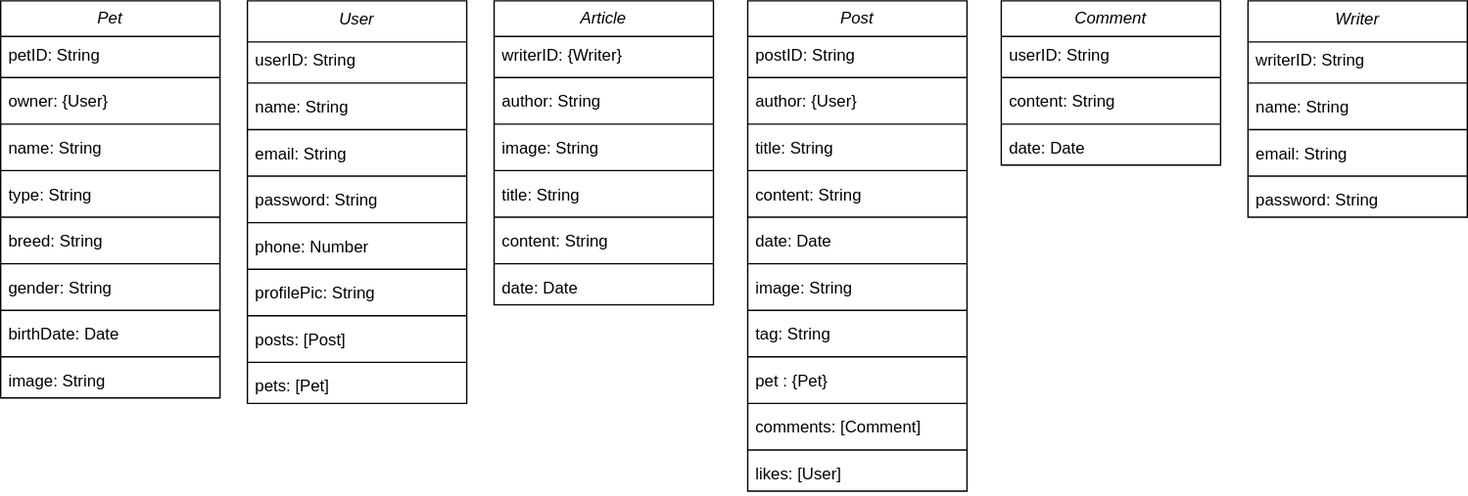
Before: ER Diagram.svg, a diagram exported from draw.io (AhmadTripleA/SE-Diagrams). Source tidied: cells renumbered, new cells last; positions are measured from the earlier drawing's top-left corner, leaving out a move shared by most shapes.
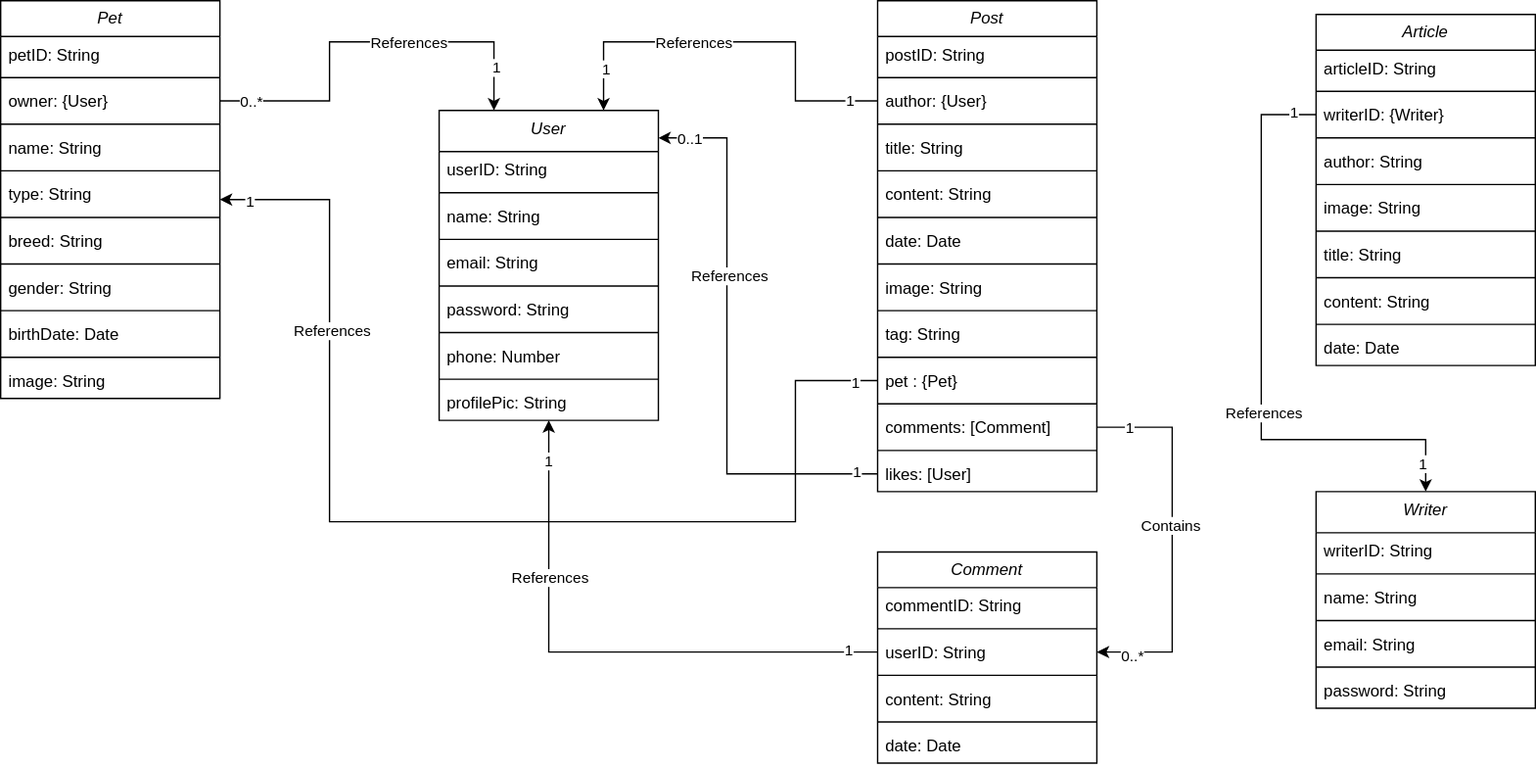
The same file after the commit.

What changed in the source:
```diff
@@ -2,11 +2,8 @@
   <root>
     <mxCell id="0" />
     <mxCell id="1" parent="0" />
-    <mxCell id="2" style="group;" parent="1" vertex="1">
-      <mxGeometry width="1070" height="358" as="geometry" />
-    </mxCell>
-    <mxCell id="3" value="&lt;i style=&quot;font-weight: normal;&quot;&gt;User&lt;/i&gt;" style="swimlane;fontStyle=1;align=center;verticalAlign=top;horizontal=1;startSize=30;whiteSpace=wrap;html=1;" parent="2" vertex="1">
-      <mxGeometry x="180" width="160" height="294" as="geometry" />
+    <mxCell id="3" value="&lt;i style=&quot;font-weight: normal;&quot;&gt;User&lt;/i&gt;" style="swimlane;fontStyle=1;align=center;verticalAlign=top;horizontal=1;startSize=30;whiteSpace=wrap;html=1;" parent="1" vertex="1">
+      <mxGeometry x="295" y="-19" width="160" height="226" as="geometry" />
     </mxCell>
     <mxCell id="4" value="userID: String" style="text;strokeColor=none;fillColor=none;align=left;verticalAlign=top;spacingLeft=4;spacingRight=4;overflow=hidden;whiteSpace=wrap;html=1;" parent="3" vertex="1">
       <mxGeometry y="30" width="160" height="26" as="geometry" />
@@ -41,20 +38,8 @@
     <mxCell id="14" value="profilePic: String" style="text;strokeColor=none;fillColor=none;align=left;verticalAlign=top;spacingLeft=4;spacingRight=4;overflow=hidden;whiteSpace=wrap;html=1;" parent="3" vertex="1">
       <mxGeometry y="200" width="160" height="26" as="geometry" />
     </mxCell>
-    <mxCell id="15" style="line;strokeWidth=1;fillColor=none;align=left;verticalAlign=middle;spacingTop=-1;spacingLeft=3;spacingRight=3;labelPosition=right;strokeColor=inherit;" parent="3" vertex="1">
-      <mxGeometry y="226" width="160" height="8" as="geometry" />
-    </mxCell>
-    <mxCell id="16" value="posts: [Post]" style="text;strokeColor=none;fillColor=none;align=left;verticalAlign=top;spacingLeft=4;spacingRight=4;overflow=hidden;whiteSpace=wrap;html=1;" parent="3" vertex="1">
-      <mxGeometry y="234" width="160" height="26" as="geometry" />
-    </mxCell>
-    <mxCell id="17" style="line;strokeWidth=1;fillColor=none;align=left;verticalAlign=middle;spacingTop=-1;spacingLeft=3;spacingRight=3;labelPosition=right;strokeColor=inherit;" parent="3" vertex="1">
-      <mxGeometry y="260" width="160" height="8" as="geometry" />
-    </mxCell>
-    <mxCell id="18" value="pets: [Pet]" style="text;strokeColor=none;fillColor=none;align=left;verticalAlign=top;spacingLeft=4;spacingRight=4;overflow=hidden;whiteSpace=wrap;html=1;" parent="3" vertex="1">
-      <mxGeometry y="268" width="160" height="26" as="geometry" />
-    </mxCell>
-    <mxCell id="19" value="&lt;i&gt;Post&lt;br&gt;&lt;/i&gt;" style="swimlane;fontStyle=0;horizontal=1;startSize=26;fillColor=none;whiteSpace=wrap;html=1;" parent="2" vertex="1">
-      <mxGeometry x="545" width="160" height="358" as="geometry" />
+    <mxCell id="19" value="&lt;i&gt;Post&lt;br&gt;&lt;/i&gt;" style="swimlane;fontStyle=0;horizontal=1;startSize=26;fillColor=none;whiteSpace=wrap;html=1;" parent="1" vertex="1">
+      <mxGeometry x="615" y="-99" width="160" height="358" as="geometry" />
     </mxCell>
     <mxCell id="20" value="postID: String" style="text;align=left;verticalAlign=top;spacingLeft=4;spacingRight=4;overflow=hidden;whiteSpace=wrap;html=1;rounded=0;" parent="19" vertex="1">
       <mxGeometry y="26" width="160" height="26" as="geometry" />
@@ -113,8 +98,8 @@
     <mxCell id="38" value="likes: [User]" style="text;strokeColor=none;fillColor=none;align=left;verticalAlign=top;spacingLeft=4;spacingRight=4;overflow=hidden;points=[[0,0.5],[1,0.5]];portConstraint=eastwest;whiteSpace=wrap;html=1;" parent="19" vertex="1">
       <mxGeometry y="332" width="160" height="26" as="geometry" />
     </mxCell>
-    <mxCell id="39" value="&lt;i&gt;Pet&lt;/i&gt;" style="swimlane;fontStyle=0;horizontal=1;startSize=26;fillColor=none;whiteSpace=wrap;html=1;" parent="2" vertex="1">
-      <mxGeometry width="160" height="290" as="geometry" />
+    <mxCell id="39" value="&lt;i&gt;Pet&lt;/i&gt;" style="swimlane;fontStyle=0;horizontal=1;startSize=26;fillColor=none;whiteSpace=wrap;html=1;" parent="1" vertex="1">
+      <mxGeometry x="-25" y="-99" width="160" height="290" as="geometry" />
     </mxCell>
     <mxCell id="40" value="petID: String" style="text;strokeColor=none;fillColor=none;align=left;verticalAlign=top;spacingLeft=4;spacingRight=4;overflow=hidden;whiteSpace=wrap;html=1;" parent="39" vertex="1">
       <mxGeometry y="26" width="160" height="26" as="geometry" />
@@ -161,8 +146,8 @@
     <mxCell id="54" value="image: String" style="text;strokeColor=none;fillColor=none;align=left;verticalAlign=top;spacingLeft=4;spacingRight=4;overflow=hidden;whiteSpace=wrap;html=1;" parent="39" vertex="1">
       <mxGeometry y="264" width="160" height="26" as="geometry" />
     </mxCell>
-    <mxCell id="55" value="&lt;i style=&quot;font-weight: normal;&quot;&gt;Writer&lt;br&gt;&lt;/i&gt;" style="swimlane;fontStyle=1;align=center;verticalAlign=top;horizontal=1;startSize=30;whiteSpace=wrap;html=1;" parent="2" vertex="1">
-      <mxGeometry x="910" width="160" height="158" as="geometry" />
+    <mxCell id="55" value="&lt;i style=&quot;font-weight: normal;&quot;&gt;Writer&lt;br&gt;&lt;/i&gt;" style="swimlane;fontStyle=1;align=center;verticalAlign=top;horizontal=1;startSize=30;whiteSpace=wrap;html=1;" parent="1" vertex="1">
+      <mxGeometry x="935" y="259" width="160" height="158" as="geometry" />
     </mxCell>
     <mxCell id="56" value="writerID: String" style="text;strokeColor=none;fillColor=none;align=left;verticalAlign=top;spacingLeft=4;spacingRight=4;overflow=hidden;whiteSpace=wrap;html=1;" parent="55" vertex="1">
       <mxGeometry y="30" width="160" height="26" as="geometry" />
@@ -185,59 +170,206 @@
     <mxCell id="62" value="password: String" style="text;strokeColor=none;fillColor=none;align=left;verticalAlign=top;spacingLeft=4;spacingRight=4;overflow=hidden;whiteSpace=wrap;html=1;" parent="55" vertex="1">
       <mxGeometry y="132" width="160" height="26" as="geometry" />
     </mxCell>
-    <mxCell id="63" value="&lt;i&gt;Comment&lt;br&gt;&lt;/i&gt;" style="swimlane;fontStyle=0;horizontal=1;startSize=26;fillColor=none;whiteSpace=wrap;html=1;" parent="2" vertex="1">
-      <mxGeometry x="730" width="160" height="120" as="geometry" />
+    <mxCell id="63" value="&lt;i&gt;Comment&lt;br&gt;&lt;/i&gt;" style="swimlane;fontStyle=0;horizontal=1;startSize=26;fillColor=none;whiteSpace=wrap;html=1;" parent="1" vertex="1">
+      <mxGeometry x="615" y="303" width="160" height="154" as="geometry" />
     </mxCell>
+    <mxCell id="81" value="commentID: String" style="text;strokeColor=none;fillColor=none;align=left;verticalAlign=top;spacingLeft=4;spacingRight=4;overflow=hidden;whiteSpace=wrap;html=1;" parent="63" vertex="1">
+      <mxGeometry y="26" width="160" height="26" as="geometry" />
+    </mxCell>
+    <mxCell id="82" style="line;strokeWidth=1;fillColor=none;align=left;verticalAlign=middle;spacingTop=-1;spacingLeft=3;spacingRight=3;labelPosition=right;strokeColor=inherit;" parent="63" vertex="1">
+      <mxGeometry y="52" width="160" height="8" as="geometry" />
+    </mxCell>
     <mxCell id="64" value="userID: String" style="text;strokeColor=none;fillColor=none;align=left;verticalAlign=top;spacingLeft=4;spacingRight=4;overflow=hidden;points=[[0,0.5],[1,0.5]];portConstraint=eastwest;whiteSpace=wrap;html=1;" parent="63" vertex="1">
-      <mxGeometry y="26" width="160" height="26" as="geometry" />
+      <mxGeometry y="60" width="160" height="26" as="geometry" />
     </mxCell>
     <mxCell id="65" style="line;strokeWidth=1;fillColor=none;align=left;verticalAlign=middle;spacingTop=-1;spacingLeft=3;spacingRight=3;labelPosition=right;strokeColor=inherit;" parent="63" vertex="1">
-      <mxGeometry y="52" width="160" height="8" as="geometry" />
+      <mxGeometry y="86" width="160" height="8" as="geometry" />
     </mxCell>
     <mxCell id="66" value="content: String" style="text;strokeColor=none;fillColor=none;align=left;verticalAlign=top;spacingLeft=4;spacingRight=4;overflow=hidden;whiteSpace=wrap;html=1;" parent="63" vertex="1">
-      <mxGeometry y="60" width="160" height="26" as="geometry" />
+      <mxGeometry y="94" width="160" height="26" as="geometry" />
     </mxCell>
     <mxCell id="67" style="line;strokeWidth=1;fillColor=none;align=left;verticalAlign=middle;spacingTop=-1;spacingLeft=3;spacingRight=3;labelPosition=right;strokeColor=inherit;" parent="63" vertex="1">
-      <mxGeometry y="86" width="160" height="8" as="geometry" />
+      <mxGeometry y="120" width="160" height="8" as="geometry" />
     </mxCell>
     <mxCell id="68" value="date: Date" style="text;strokeColor=none;fillColor=none;align=left;verticalAlign=top;spacingLeft=4;spacingRight=4;overflow=hidden;whiteSpace=wrap;html=1;" parent="63" vertex="1">
-      <mxGeometry y="94" width="160" height="26" as="geometry" />
+      <mxGeometry y="128" width="160" height="26" as="geometry" />
     </mxCell>
-    <mxCell id="69" value="&lt;i&gt;Article&lt;br&gt;&lt;/i&gt;" style="swimlane;fontStyle=0;horizontal=1;startSize=26;fillColor=none;whiteSpace=wrap;html=1;" parent="2" vertex="1">
-      <mxGeometry x="360" width="160" height="222" as="geometry" />
+    <mxCell id="69" value="&lt;i&gt;Article&lt;br&gt;&lt;/i&gt;" style="swimlane;fontStyle=0;horizontal=1;startSize=26;fillColor=none;whiteSpace=wrap;html=1;" parent="1" vertex="1">
+      <mxGeometry x="935" y="-89" width="160" height="256" as="geometry" />
     </mxCell>
-    <mxCell id="70" value="writerID: {Writer}" style="text;strokeColor=none;fillColor=none;align=left;verticalAlign=top;spacingLeft=4;spacingRight=4;overflow=hidden;whiteSpace=wrap;html=1;" parent="69" vertex="1">
+    <mxCell id="70" value="articleID: String" style="text;strokeColor=none;fillColor=none;align=left;verticalAlign=top;spacingLeft=4;spacingRight=4;overflow=hidden;whiteSpace=wrap;html=1;" parent="69" vertex="1">
       <mxGeometry y="26" width="160" height="26" as="geometry" />
     </mxCell>
     <mxCell id="71" style="line;strokeWidth=1;fillColor=none;align=left;verticalAlign=middle;spacingTop=-1;spacingLeft=3;spacingRight=3;labelPosition=right;strokeColor=inherit;" parent="69" vertex="1">
       <mxGeometry y="52" width="160" height="8" as="geometry" />
     </mxCell>
+    <mxCell id="83" value="writerID: {Writer}" style="text;strokeColor=none;fillColor=none;align=left;verticalAlign=top;spacingLeft=4;spacingRight=4;overflow=hidden;points=[[0,0.5],[1,0.5]];portConstraint=eastwest;whiteSpace=wrap;html=1;" parent="69" vertex="1">
+      <mxGeometry y="60" width="160" height="26" as="geometry" />
+    </mxCell>
+    <mxCell id="84" style="line;strokeWidth=1;fillColor=none;align=left;verticalAlign=middle;spacingTop=-1;spacingLeft=3;spacingRight=3;labelPosition=right;strokeColor=inherit;" parent="69" vertex="1">
+      <mxGeometry y="86" width="160" height="8" as="geometry" />
+    </mxCell>
     <mxCell id="72" value="author: String" style="text;strokeColor=none;fillColor=none;align=left;verticalAlign=top;spacingLeft=4;spacingRight=4;overflow=hidden;whiteSpace=wrap;html=1;" parent="69" vertex="1">
-      <mxGeometry y="60" width="160" height="26" as="geometry" />
+      <mxGeometry y="94" width="160" height="26" as="geometry" />
     </mxCell>
     <mxCell id="73" style="line;strokeWidth=1;fillColor=none;align=left;verticalAlign=middle;spacingTop=-1;spacingLeft=3;spacingRight=3;labelPosition=right;strokeColor=inherit;" parent="69" vertex="1">
-      <mxGeometry y="86" width="160" height="8" as="geometry" />
+      <mxGeometry y="120" width="160" height="8" as="geometry" />
     </mxCell>
     <mxCell id="74" value="image: String" style="text;strokeColor=none;fillColor=none;align=left;verticalAlign=top;spacingLeft=4;spacingRight=4;overflow=hidden;whiteSpace=wrap;html=1;" parent="69" vertex="1">
-      <mxGeometry y="94" width="160" height="26" as="geometry" />
+      <mxGeometry y="128" width="160" height="26" as="geometry" />
     </mxCell>
     <mxCell id="75" style="line;strokeWidth=1;fillColor=none;align=left;verticalAlign=middle;spacingTop=-1;spacingLeft=3;spacingRight=3;labelPosition=right;strokeColor=inherit;" parent="69" vertex="1">
-      <mxGeometry y="120" width="160" height="8" as="geometry" />
+      <mxGeometry y="154" width="160" height="8" as="geometry" />
     </mxCell>
     <mxCell id="76" value="title: String" style="text;strokeColor=none;fillColor=none;align=left;verticalAlign=top;spacingLeft=4;spacingRight=4;overflow=hidden;whiteSpace=wrap;html=1;" parent="69" vertex="1">
-      <mxGeometry y="128" width="160" height="26" as="geometry" />
+      <mxGeometry y="162" width="160" height="26" as="geometry" />
     </mxCell>
     <mxCell id="77" style="line;strokeWidth=1;fillColor=none;align=left;verticalAlign=middle;spacingTop=-1;spacingLeft=3;spacingRight=3;labelPosition=right;strokeColor=inherit;" parent="69" vertex="1">
-      <mxGeometry y="154" width="160" height="8" as="geometry" />
+      <mxGeometry y="188" width="160" height="8" as="geometry" />
     </mxCell>
     <mxCell id="78" value="content: String" style="text;strokeColor=none;fillColor=none;align=left;verticalAlign=top;spacingLeft=4;spacingRight=4;overflow=hidden;whiteSpace=wrap;html=1;" parent="69" vertex="1">
-      <mxGeometry y="162" width="160" height="26" as="geometry" />
+      <mxGeometry y="196" width="160" height="26" as="geometry" />
     </mxCell>
     <mxCell id="79" style="line;strokeWidth=1;fillColor=none;align=left;verticalAlign=middle;spacingTop=-1;spacingLeft=3;spacingRight=3;labelPosition=right;strokeColor=inherit;" parent="69" vertex="1">
-      <mxGeometry y="188" width="160" height="8" as="geometry" />
+      <mxGeometry y="222" width="160" height="8" as="geometry" />
     </mxCell>
     <mxCell id="80" value="date: Date" style="text;strokeColor=none;fillColor=none;align=left;verticalAlign=top;spacingLeft=4;spacingRight=4;overflow=hidden;whiteSpace=wrap;html=1;" parent="69" vertex="1">
-      <mxGeometry y="196" width="160" height="26" as="geometry" />
+      <mxGeometry y="230" width="160" height="26" as="geometry" />
     </mxCell>
+    <mxCell id="85" style="edgeStyle=orthogonalEdgeStyle;rounded=0;jettySize=auto;html=1;exitX=0;exitY=0.5;exitDx=0;exitDy=0;" parent="1" edge="1" source="83" target="55">
+      <mxGeometry relative="1" as="geometry">
+        <Array as="points">
+          <mxPoint x="895" y="-16" />
+          <mxPoint x="895" y="221" />
+          <mxPoint x="1015" y="221" />
+        </Array>
+      </mxGeometry>
+    </mxCell>
+    <mxCell id="86" value="1" style="edgeLabel;html=1;align=center;verticalAlign=middle;" parent="85" vertex="1">
+      <mxGeometry x="-0.92" y="-2" relative="1" as="geometry" />
+    </mxCell>
+    <mxCell id="87" value="1" style="edgeLabel;html=1;align=center;verticalAlign=middle;" parent="85" vertex="1">
+      <mxGeometry x="0.9" y="-3" relative="1" as="geometry" />
+    </mxCell>
+    <mxCell id="88" value="References" style="edgeLabel;html=1;align=center;verticalAlign=middle;" parent="85" vertex="1">
+      <mxGeometry x="-0.04" y="1" relative="1" as="geometry">
+        <mxPoint y="49" as="offset" />
+      </mxGeometry>
+    </mxCell>
+    <mxCell id="89" style="edgeStyle=orthogonalEdgeStyle;rounded=0;jettySize=auto;html=1;exitX=1;exitY=0.5;exitDx=0;exitDy=0;entryX=1;entryY=0.5;entryDx=0;entryDy=0;" parent="1" edge="1" source="36" target="64">
+      <mxGeometry relative="1" as="geometry">
+        <Array as="points">
+          <mxPoint x="830" y="212" />
+          <mxPoint x="830" y="376" />
+        </Array>
+      </mxGeometry>
+    </mxCell>
+    <mxCell id="90" value="1" style="edgeLabel;html=1;align=center;verticalAlign=middle;" parent="89" vertex="1">
+      <mxGeometry x="-0.83" relative="1" as="geometry" />
+    </mxCell>
+    <mxCell id="91" value="0..*" style="edgeLabel;html=1;align=center;verticalAlign=middle;" parent="89" vertex="1">
+      <mxGeometry x="0.82" y="2" relative="1" as="geometry" />
+    </mxCell>
+    <mxCell id="92" value="Contains" style="edgeLabel;html=1;align=center;verticalAlign=middle;" parent="89" vertex="1">
+      <mxGeometry x="-0.08" y="-2" relative="1" as="geometry" />
+    </mxCell>
+    <mxCell id="93" style="edgeStyle=orthogonalEdgeStyle;rounded=0;jettySize=auto;html=1;exitX=0;exitY=0.5;exitDx=0;exitDy=0;entryX=0.75;entryY=0;entryDx=0;entryDy=0;" parent="1" edge="1" source="22" target="3">
+      <mxGeometry relative="1" as="geometry">
+        <Array as="points">
+          <mxPoint x="555" y="-26" />
+          <mxPoint x="555" y="-69" />
+          <mxPoint x="415" y="-69" />
+        </Array>
+      </mxGeometry>
+    </mxCell>
+    <mxCell id="94" value="1" style="edgeLabel;html=1;align=center;verticalAlign=middle;" parent="93" vertex="1">
+      <mxGeometry x="-0.91" y="-1" relative="1" as="geometry">
+        <mxPoint x="-7" as="offset" />
+      </mxGeometry>
+    </mxCell>
+    <mxCell id="95" value="1" style="edgeLabel;html=1;align=center;verticalAlign=middle;" parent="93" vertex="1">
+      <mxGeometry x="0.88" y="1" relative="1" as="geometry">
+        <mxPoint y="-14" as="offset" />
+      </mxGeometry>
+    </mxCell>
+    <mxCell id="96" value="References" style="edgeLabel;html=1;align=center;verticalAlign=middle;" parent="93" vertex="1">
+      <mxGeometry x="0.04" y="2" relative="1" as="geometry">
+        <mxPoint x="-25" y="-2" as="offset" />
+      </mxGeometry>
+    </mxCell>
+    <mxCell id="97" style="edgeStyle=orthogonalEdgeStyle;rounded=0;jettySize=auto;html=1;exitX=1;exitY=0.5;exitDx=0;exitDy=0;entryX=0.25;entryY=0;entryDx=0;entryDy=0;" parent="1" edge="1" source="42" target="3">
+      <mxGeometry relative="1" as="geometry">
+        <Array as="points">
+          <mxPoint x="215" y="-26" />
+          <mxPoint x="215" y="-69" />
+          <mxPoint x="335" y="-69" />
+        </Array>
+      </mxGeometry>
+    </mxCell>
+    <mxCell id="98" value="1" style="edgeLabel;html=1;align=center;verticalAlign=middle;" parent="97" vertex="1">
+      <mxGeometry x="0.78" y="1" relative="1" as="geometry" />
+    </mxCell>
+    <mxCell id="99" value="0..*" style="edgeLabel;html=1;align=center;verticalAlign=middle;" parent="97" vertex="1">
+      <mxGeometry x="-0.86" relative="1" as="geometry">
+        <mxPoint x="2" as="offset" />
+      </mxGeometry>
+    </mxCell>
+    <mxCell id="100" value="References" style="edgeLabel;html=1;align=center;verticalAlign=middle;" parent="97" vertex="1">
+      <mxGeometry x="0.18" relative="1" as="geometry">
+        <mxPoint x="7" as="offset" />
+      </mxGeometry>
+    </mxCell>
+    <mxCell id="101" style="edgeStyle=orthogonalEdgeStyle;rounded=0;jettySize=auto;html=1;exitX=0;exitY=0.5;exitDx=0;exitDy=0;" parent="1" edge="1" source="64" target="3">
+      <mxGeometry relative="1" as="geometry" />
+    </mxCell>
+    <mxCell id="102" value="1" style="edgeLabel;html=1;align=center;verticalAlign=middle;" parent="101" vertex="1">
+      <mxGeometry x="-0.89" y="-2" relative="1" as="geometry" />
+    </mxCell>
+    <mxCell id="103" value="1" style="edgeLabel;html=1;align=center;verticalAlign=middle;" parent="101" vertex="1">
+      <mxGeometry x="0.86" y="1" relative="1" as="geometry" />
+    </mxCell>
+    <mxCell id="104" value="References" style="edgeLabel;html=1;align=center;verticalAlign=middle;" parent="101" vertex="1">
+      <mxGeometry x="0.27" y="1" relative="1" as="geometry">
+        <mxPoint x="1" y="-35" as="offset" />
+      </mxGeometry>
+    </mxCell>
+    <mxCell id="105" style="edgeStyle=orthogonalEdgeStyle;rounded=0;jettySize=auto;html=1;exitX=0;exitY=0.5;exitDx=0;exitDy=0;" parent="1" edge="1" source="34" target="39">
+      <mxGeometry relative="1" as="geometry">
+        <Array as="points">
+          <mxPoint x="555" y="178" />
+          <mxPoint x="555" y="281" />
+          <mxPoint x="215" y="281" />
+          <mxPoint x="215" y="46" />
+        </Array>
+      </mxGeometry>
+    </mxCell>
+    <mxCell id="106" value="1" style="edgeLabel;html=1;align=center;verticalAlign=middle;" parent="105" vertex="1">
+      <mxGeometry x="0.95" y="1" relative="1" as="geometry" />
+    </mxCell>
+    <mxCell id="107" value="1" style="edgeLabel;html=1;align=center;verticalAlign=middle;" parent="105" vertex="1">
+      <mxGeometry x="-0.96" y="1" relative="1" as="geometry" />
+    </mxCell>
+    <mxCell id="108" value="References" style="edgeLabel;html=1;align=center;verticalAlign=middle;" parent="105" vertex="1">
+      <mxGeometry x="-0.39" relative="1" as="geometry">
+        <mxPoint x="-253" y="-140" as="offset" />
+      </mxGeometry>
+    </mxCell>
+    <mxCell id="109" style="edgeStyle=orthogonalEdgeStyle;rounded=0;jettySize=auto;html=1;exitX=0;exitY=0.5;exitDx=0;exitDy=0;" parent="1" edge="1" source="38" target="3">
+      <mxGeometry relative="1" as="geometry">
+        <Array as="points">
+          <mxPoint x="505" y="246" />
+          <mxPoint x="505" y="1" />
+        </Array>
+      </mxGeometry>
+    </mxCell>
+    <mxCell id="110" value="0..1" style="edgeLabel;html=1;align=center;verticalAlign=middle;" parent="109" vertex="1">
+      <mxGeometry x="0.89" relative="1" as="geometry" />
+    </mxCell>
+    <mxCell id="111" value="1" style="edgeLabel;html=1;align=center;verticalAlign=middle;" parent="109" vertex="1">
+      <mxGeometry x="-0.92" y="-2" relative="1" as="geometry" />
+    </mxCell>
+    <mxCell id="112" value="References" style="edgeLabel;html=1;align=center;verticalAlign=middle;" parent="109" vertex="1">
+      <mxGeometry x="0.26" y="-1" relative="1" as="geometry" />
+    </mxCell>
   </root>
 </mxGraphModel>
```
